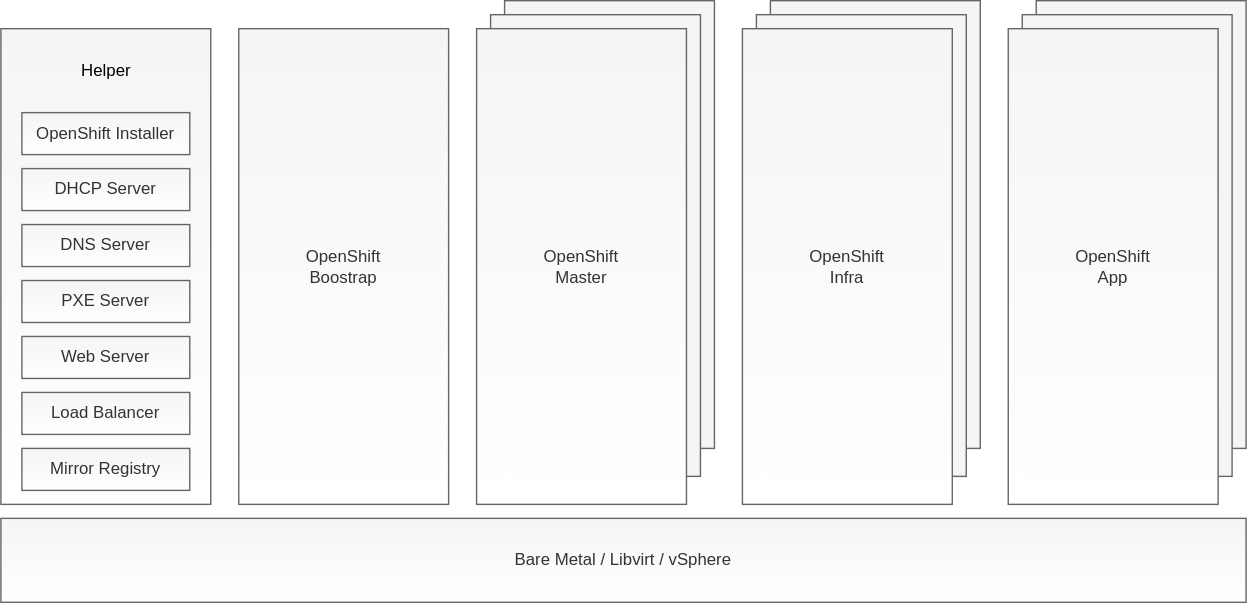
Earlier version of the draw.io export docs/openshift_auto_upi.svg (noseka1/openshift-auto-upi). Source tidied: cells renumbered, new cells last; positions are measured from the earlier drawing's top-left corner, leaving out a move shared by most shapes.
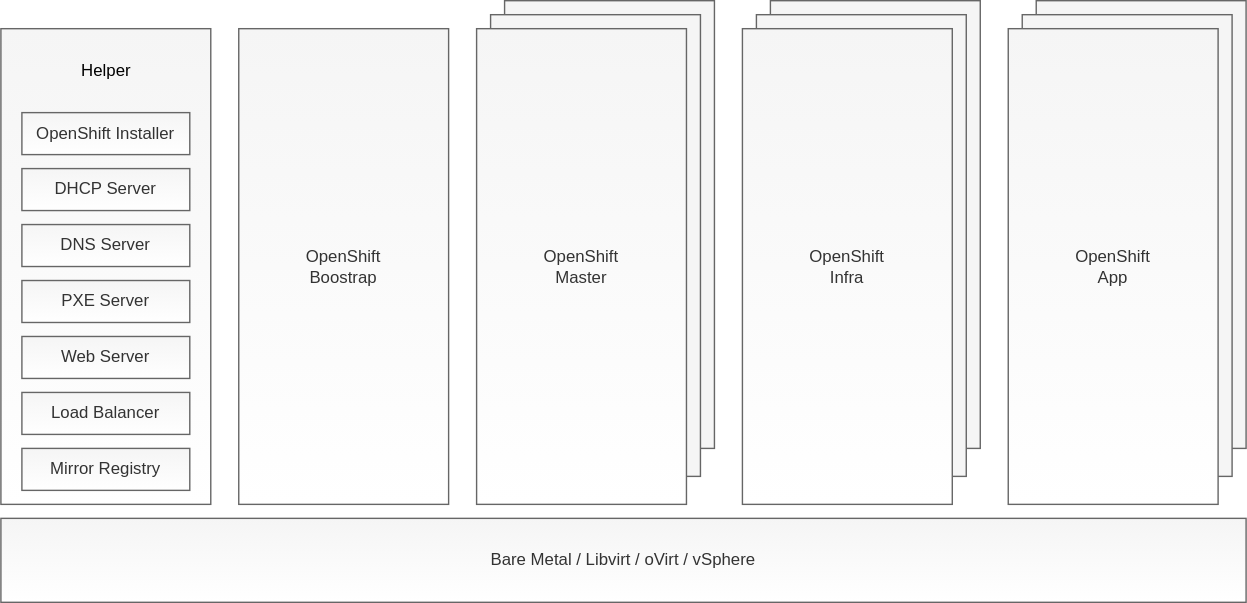
Above is the later version.

Commit message:
Add oVirt to the diagram

Diff of the diagram source:
```diff
@@ -50,7 +50,7 @@
     <mxCell id="17" value="OpenShift&lt;br&gt;App" style="rounded=0;whiteSpace=wrap;html=1;fillColor=#f5f5f5;strokeColor=#666666;fontColor=#333333;gradientColor=#ffffff;" parent="1" vertex="1">
       <mxGeometry x="720" y="20" width="150" height="340" as="geometry" />
     </mxCell>
-    <mxCell id="18" value="Bare Metal / Libvirt / vSphere" style="rounded=0;whiteSpace=wrap;html=1;fillColor=#f5f5f5;strokeColor=#666666;fontColor=#333333;gradientColor=#ffffff;" parent="1" vertex="1">
+    <mxCell id="18" value="Bare Metal / Libvirt / oVirt / vSphere" style="rounded=0;whiteSpace=wrap;html=1;fillColor=#f5f5f5;strokeColor=#666666;fontColor=#333333;gradientColor=#ffffff;" parent="1" vertex="1">
       <mxGeometry y="370" width="890" height="60" as="geometry" />
     </mxCell>
     <mxCell id="19" value="Helper" style="text;html=1;strokeColor=none;fillColor=none;align=center;verticalAlign=middle;whiteSpace=wrap;rounded=0;" parent="1" vertex="1">
```
